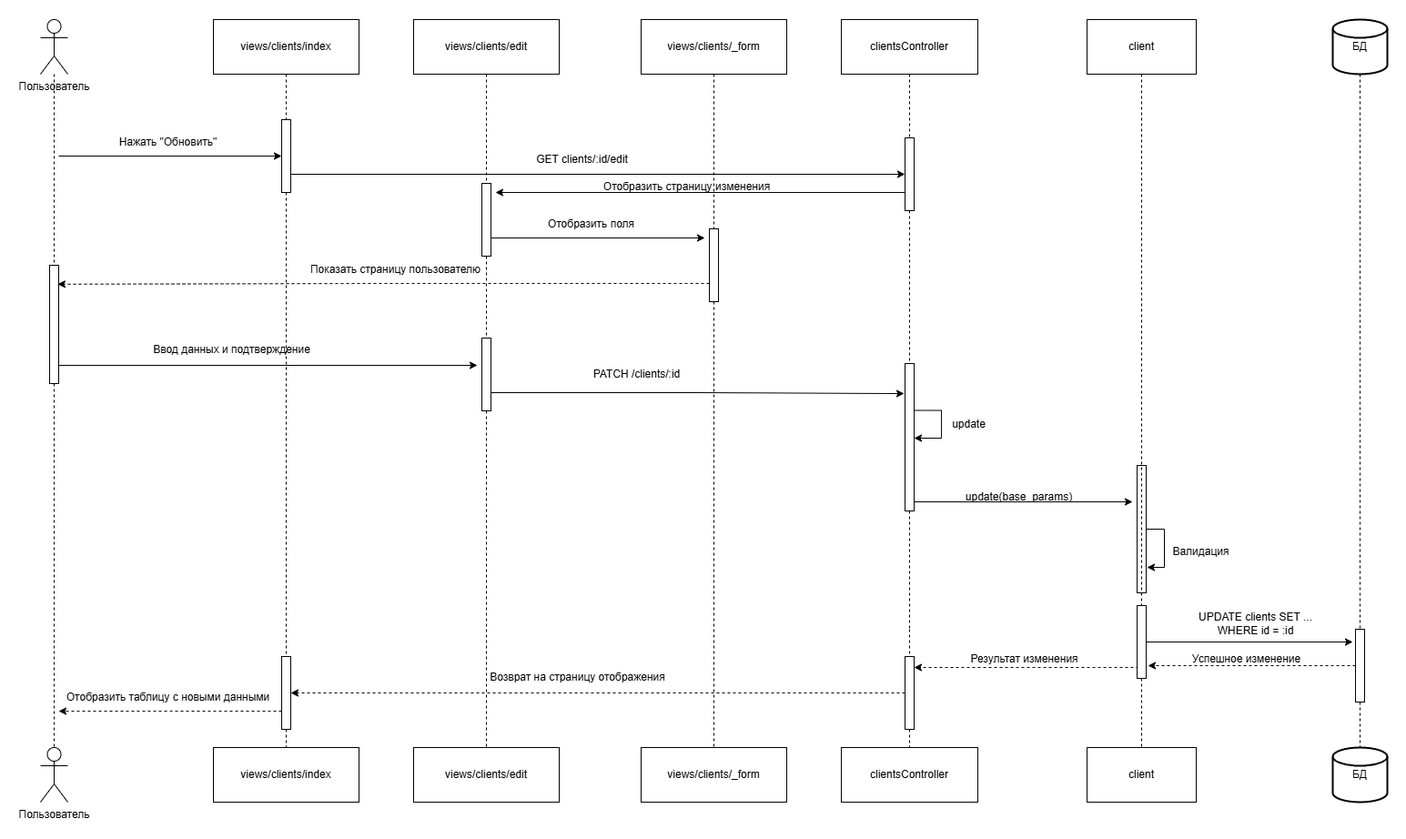
Above: media/Sequence/Clients/ClientsUpdate.drawio.png in avtss/Gym (draw.io), before the change. Source tidied: cells renumbered, new cells last; positions are measured from the earlier drawing's top-left corner, leaving out a move shared by most shapes.
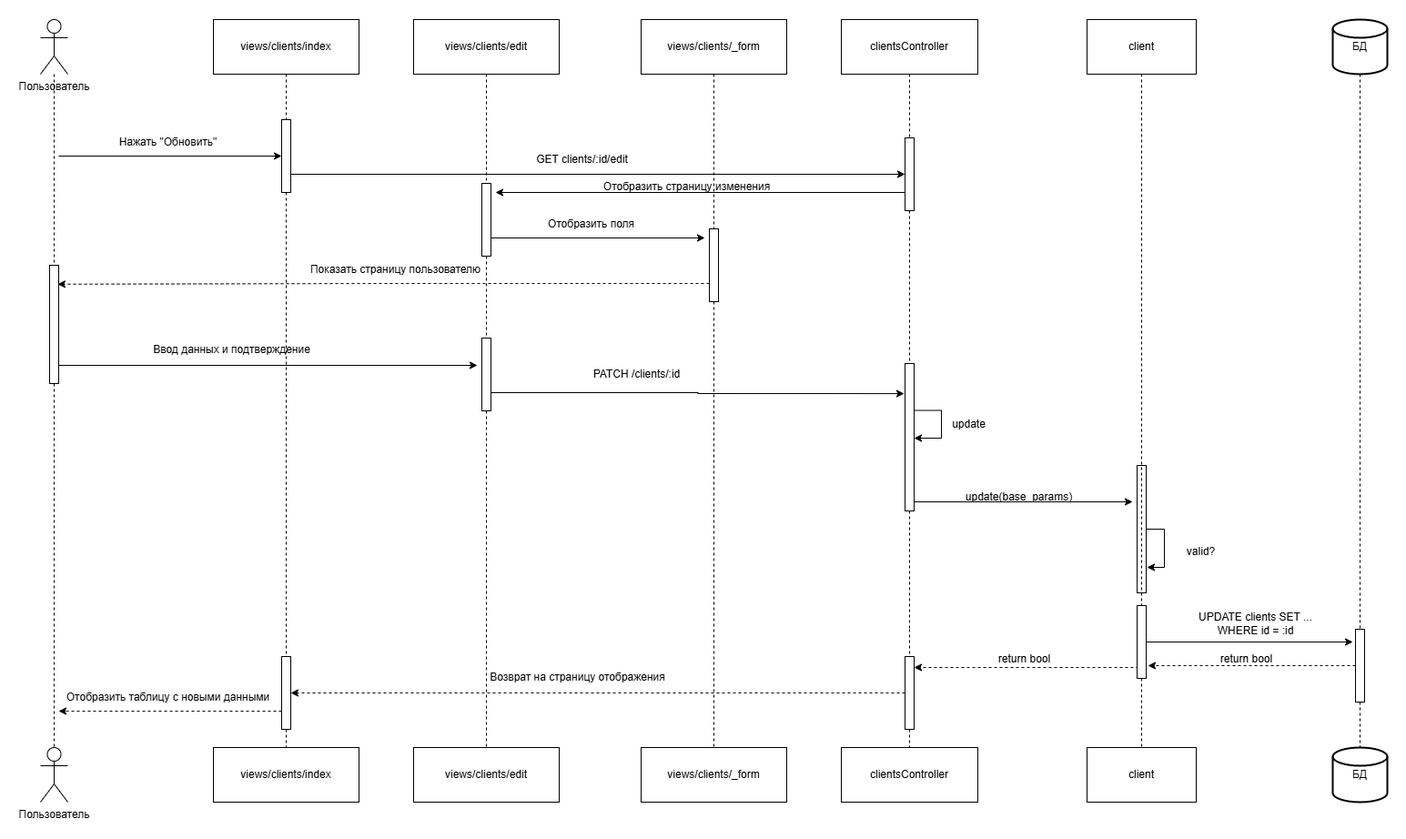
The same diagram one commit later.

Commit message:
upd diagram

Change to the diagram source:
```diff
@@ -180,8 +180,8 @@
     <mxCell id="54" value="update(base_params)" style="text;html=1;align=center;verticalAlign=middle;strokeColor=none;fillColor=none;" parent="1" vertex="1">
       <mxGeometry x="1005" y="510" width="140" height="30" as="geometry" />
     </mxCell>
-    <mxCell id="55" value="Валидация" style="text;html=1;align=center;verticalAlign=middle;strokeColor=none;fillColor=none;" parent="1" vertex="1">
-      <mxGeometry x="1230" y="570" width="90" height="30" as="geometry" />
+    <mxCell id="55" value="valid?" style="text;html=1;align=center;verticalAlign=middle;strokeColor=none;fillColor=none;" parent="1" vertex="1">
+      <mxGeometry x="1250" y="570" width="50" height="30" as="geometry" />
     </mxCell>
     <mxCell id="56" style="edgeStyle=orthogonalEdgeStyle;rounded=0;orthogonalLoop=1;jettySize=auto;html=1;exitX=1;exitY=0.5;exitDx=0;exitDy=0;entryX=1.1;entryY=0.8;entryDx=0;entryDy=0;entryPerimeter=0;" parent="1" edge="1" source="53" target="53">
       <mxGeometry relative="1" as="geometry" />
@@ -217,8 +217,8 @@
         <mxPoint x="1217" y="710" as="targetPoint" />
       </mxGeometry>
     </mxCell>
-    <mxCell id="66" value="Успешное изменение" style="text;html=1;align=center;verticalAlign=middle;strokeColor=none;fillColor=none;" parent="1" vertex="1">
-      <mxGeometry x="1255" y="688" width="140" height="30" as="geometry" />
+    <mxCell id="66" value="return bool" style="text;html=1;align=center;verticalAlign=middle;strokeColor=none;fillColor=none;" parent="1" vertex="1">
+      <mxGeometry x="1285" y="688" width="80" height="30" as="geometry" />
     </mxCell>
     <mxCell id="67" style="edgeStyle=orthogonalEdgeStyle;rounded=0;jettySize=auto;html=1;exitX=0.5;exitY=1;exitDx=0;exitDy=0;entryX=0.5;entryY=0;entryDx=0;entryDy=0;dashed=1;endArrow=none;startFill=0;" parent="1" edge="1" target="69">
       <mxGeometry relative="1" as="geometry">
@@ -239,8 +239,8 @@
         </Array>
       </mxGeometry>
     </mxCell>
-    <mxCell id="71" value="Результат изменения" style="text;html=1;align=center;verticalAlign=middle;strokeColor=none;fillColor=none;" parent="1" vertex="1">
-      <mxGeometry x="1010.5" y="688" width="140" height="30" as="geometry" />
+    <mxCell id="71" value="return bool" style="text;html=1;align=center;verticalAlign=middle;strokeColor=none;fillColor=none;" parent="1" vertex="1">
+      <mxGeometry x="1040.5" y="688" width="80" height="30" as="geometry" />
     </mxCell>
     <mxCell id="72" style="edgeStyle=orthogonalEdgeStyle;rounded=0;jettySize=auto;html=1;exitX=0.5;exitY=1;exitDx=0;exitDy=0;entryX=0.5;entryY=0;entryDx=0;entryDy=0;dashed=1;endArrow=none;startFill=0;" parent="1" edge="1" source="10" target="74">
       <mxGeometry relative="1" as="geometry" />
```
